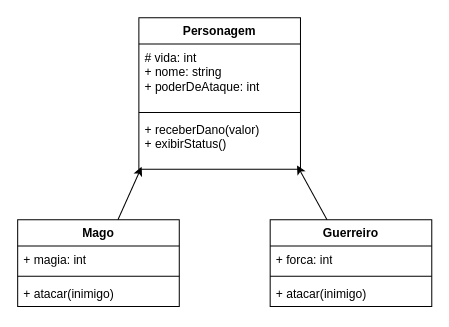
The draw.io diagram diagrama.drawio in vinibertunho/atividade-POO, before the edit. Source tidied: cells renumbered, new cells numbered last; positions are measured from the earlier drawing's top-left corner, leaving out a move shared by most shapes. Both pictures are drawn from the tidied source at 101%, with x=0, y=0 at pixel (17, 17).
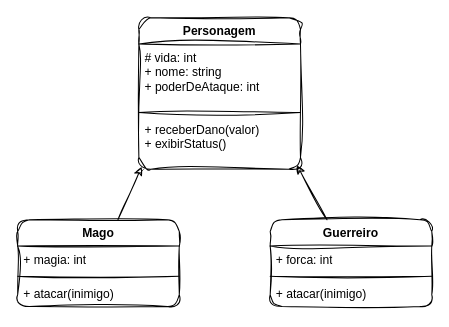
Above is the later version.

Commit message (it also covers changes not shown here):
arruma os danos dos personagem

The edit, as a diff of the source:
```diff
@@
 <mxGraphModel>
   <root>
     <mxCell id="0" />
     <mxCell id="1" parent="0" />
-    <mxCell id="2" value="Personagem " style="swimlane;fontStyle=1;align=center;verticalAlign=top;horizontal=1;startSize=26;whiteSpace=wrap;html=1;" parent="1" vertex="1">
+    <mxCell id="2" value="Personagem " style="swimlane;fontStyle=1;align=center;verticalAlign=top;horizontal=1;startSize=26;whiteSpace=wrap;html=1;rounded=1;sketch=1;curveFitting=1;jiggle=2;" parent="1" vertex="1">
       <mxGeometry x="120" width="160" height="150" as="geometry" />
     </mxCell>
-    <mxCell id="3" value="# vida: int&lt;div&gt;+ nome: string&lt;/div&gt;&lt;div&gt;+ poderDeAtaque: int&lt;/div&gt;" style="text;strokeColor=none;fillColor=none;align=left;verticalAlign=top;spacingLeft=4;spacingRight=4;overflow=hidden;whiteSpace=wrap;html=1;" parent="2" vertex="1">
+    <mxCell id="3" value="# vida: int&lt;div&gt;+ nome: string&lt;/div&gt;&lt;div&gt;+ poderDeAtaque: int&lt;/div&gt;" style="text;strokeColor=none;fillColor=none;align=left;verticalAlign=top;spacingLeft=4;spacingRight=4;overflow=hidden;whiteSpace=wrap;html=1;rounded=1;sketch=1;curveFitting=1;jiggle=2;" parent="2" vertex="1">
       <mxGeometry y="26" width="160" height="64" as="geometry" />
     </mxCell>
-    <mxCell id="4" style="line;strokeWidth=1;fillColor=none;align=left;verticalAlign=middle;spacingTop=-1;spacingLeft=3;spacingRight=3;labelPosition=right;strokeColor=inherit;" parent="2" vertex="1">
+    <mxCell id="4" style="line;strokeWidth=1;fillColor=none;align=left;verticalAlign=middle;spacingTop=-1;spacingLeft=3;spacingRight=3;labelPosition=right;strokeColor=inherit;rounded=1;sketch=1;curveFitting=1;jiggle=2;" parent="2" vertex="1">
       <mxGeometry y="90" width="160" height="8" as="geometry" />
     </mxCell>
-    <mxCell id="5" value="+ receberDano(valor)&lt;div&gt;+ exibirStatus()&lt;/div&gt;" style="text;strokeColor=none;fillColor=none;align=left;verticalAlign=top;spacingLeft=4;spacingRight=4;overflow=hidden;points=[[0,0.5],[1,0.5]];portConstraint=eastwest;whiteSpace=wrap;html=1;" parent="2" vertex="1">
+    <mxCell id="5" value="+ receberDano(valor)&lt;div&gt;+ exibirStatus()&lt;/div&gt;" style="text;strokeColor=none;fillColor=none;align=left;verticalAlign=top;spacingLeft=4;spacingRight=4;overflow=hidden;points=[[0,0.5],[1,0.5]];portConstraint=eastwest;whiteSpace=wrap;html=1;rounded=1;sketch=1;curveFitting=1;jiggle=2;" parent="2" vertex="1">
       <mxGeometry y="98" width="160" height="52" as="geometry" />
     </mxCell>
-    <mxCell id="6" value="Guerreiro " style="swimlane;fontStyle=1;align=center;verticalAlign=top;horizontal=1;startSize=26;whiteSpace=wrap;html=1;" parent="1" vertex="1">
+    <mxCell id="6" value="Guerreiro " style="swimlane;fontStyle=1;align=center;verticalAlign=top;horizontal=1;startSize=26;whiteSpace=wrap;html=1;rounded=1;sketch=1;curveFitting=1;jiggle=2;" parent="1" vertex="1">
       <mxGeometry x="250" y="200" width="160" height="86" as="geometry" />
     </mxCell>
-    <mxCell id="7" value="+ forca: int" style="text;strokeColor=none;fillColor=none;align=left;verticalAlign=top;spacingLeft=4;spacingRight=4;overflow=hidden;whiteSpace=wrap;html=1;" parent="6" vertex="1">
+    <mxCell id="7" value="+ forca: int" style="text;strokeColor=none;fillColor=none;align=left;verticalAlign=top;spacingLeft=4;spacingRight=4;overflow=hidden;whiteSpace=wrap;html=1;rounded=1;sketch=1;curveFitting=1;jiggle=2;" parent="6" vertex="1">
       <mxGeometry y="26" width="160" height="26" as="geometry" />
     </mxCell>
-    <mxCell id="8" style="line;strokeWidth=1;fillColor=none;align=left;verticalAlign=middle;spacingTop=-1;spacingLeft=3;spacingRight=3;labelPosition=right;strokeColor=inherit;" parent="6" vertex="1">
+    <mxCell id="8" style="line;strokeWidth=1;fillColor=none;align=left;verticalAlign=middle;spacingTop=-1;spacingLeft=3;spacingRight=3;labelPosition=right;strokeColor=inherit;rounded=1;sketch=1;curveFitting=1;jiggle=2;" parent="6" vertex="1">
       <mxGeometry y="52" width="160" height="8" as="geometry" />
     </mxCell>
-    <mxCell id="9" value="+ atacar(inimigo)" style="text;strokeColor=none;fillColor=none;align=left;verticalAlign=top;spacingLeft=4;spacingRight=4;overflow=hidden;whiteSpace=wrap;html=1;" parent="6" vertex="1">
+    <mxCell id="9" value="+ atacar(inimigo)" style="text;strokeColor=none;fillColor=none;align=left;verticalAlign=top;spacingLeft=4;spacingRight=4;overflow=hidden;whiteSpace=wrap;html=1;rounded=1;sketch=1;curveFitting=1;jiggle=2;" parent="6" vertex="1">
       <mxGeometry y="60" width="160" height="26" as="geometry" />
     </mxCell>
-    <mxCell id="10" value="Mago " style="swimlane;fontStyle=1;align=center;verticalAlign=top;horizontal=1;startSize=26;whiteSpace=wrap;html=1;" parent="1" vertex="1">
+    <mxCell id="10" value="Mago " style="swimlane;fontStyle=1;align=center;verticalAlign=top;horizontal=1;startSize=26;whiteSpace=wrap;html=1;rounded=1;sketch=1;curveFitting=1;jiggle=2;" parent="1" vertex="1">
       <mxGeometry y="200" width="160" height="86" as="geometry" />
     </mxCell>
-    <mxCell id="11" value="+ magia: int" style="text;strokeColor=none;fillColor=none;align=left;verticalAlign=top;spacingLeft=4;spacingRight=4;overflow=hidden;whiteSpace=wrap;html=1;" parent="10" vertex="1">
+    <mxCell id="11" value="+ magia: int" style="text;strokeColor=none;fillColor=none;align=left;verticalAlign=top;spacingLeft=4;spacingRight=4;overflow=hidden;whiteSpace=wrap;html=1;rounded=1;sketch=1;curveFitting=1;jiggle=2;" parent="10" vertex="1">
       <mxGeometry y="26" width="160" height="26" as="geometry" />
     </mxCell>
-    <mxCell id="12" style="line;strokeWidth=1;fillColor=none;align=left;verticalAlign=middle;spacingTop=-1;spacingLeft=3;spacingRight=3;labelPosition=right;strokeColor=inherit;" parent="10" vertex="1">
+    <mxCell id="12" style="line;strokeWidth=1;fillColor=none;align=left;verticalAlign=middle;spacingTop=-1;spacingLeft=3;spacingRight=3;labelPosition=right;strokeColor=inherit;rounded=1;sketch=1;curveFitting=1;jiggle=2;" parent="10" vertex="1">
       <mxGeometry y="52" width="160" height="8" as="geometry" />
     </mxCell>
-    <mxCell id="13" value="+ atacar(inimigo)" style="text;strokeColor=none;fillColor=none;align=left;verticalAlign=top;spacingLeft=4;spacingRight=4;overflow=hidden;whiteSpace=wrap;html=1;" parent="10" vertex="1">
+    <mxCell id="13" value="+ atacar(inimigo)" style="text;strokeColor=none;fillColor=none;align=left;verticalAlign=top;spacingLeft=4;spacingRight=4;overflow=hidden;whiteSpace=wrap;html=1;rounded=1;sketch=1;curveFitting=1;jiggle=2;" parent="10" vertex="1">
       <mxGeometry y="60" width="160" height="26" as="geometry" />
     </mxCell>
-    <mxCell id="14" style="edgeStyle=none;html=1;entryX=0.017;entryY=0.955;entryDx=0;entryDy=0;entryPerimeter=0;" parent="1" edge="1" source="10" target="5">
+    <mxCell id="14" style="edgeStyle=none;html=1;entryX=0.017;entryY=0.955;entryDx=0;entryDy=0;entryPerimeter=0;sketch=1;curveFitting=1;jiggle=2;" parent="1" edge="1" source="10" target="5">
       <mxGeometry relative="1" as="geometry" />
     </mxCell>
-    <mxCell id="15" style="edgeStyle=none;html=1;entryX=0.979;entryY=0.929;entryDx=0;entryDy=0;entryPerimeter=0;" parent="1" edge="1" source="6" target="5">
+    <mxCell id="15" style="edgeStyle=none;html=1;entryX=0.979;entryY=0.929;entryDx=0;entryDy=0;entryPerimeter=0;sketch=1;curveFitting=1;jiggle=2;" parent="1" edge="1" source="6" target="5">
       <mxGeometry relative="1" as="geometry" />
     </mxCell>
   </root>
 </mxGraphModel>
```
